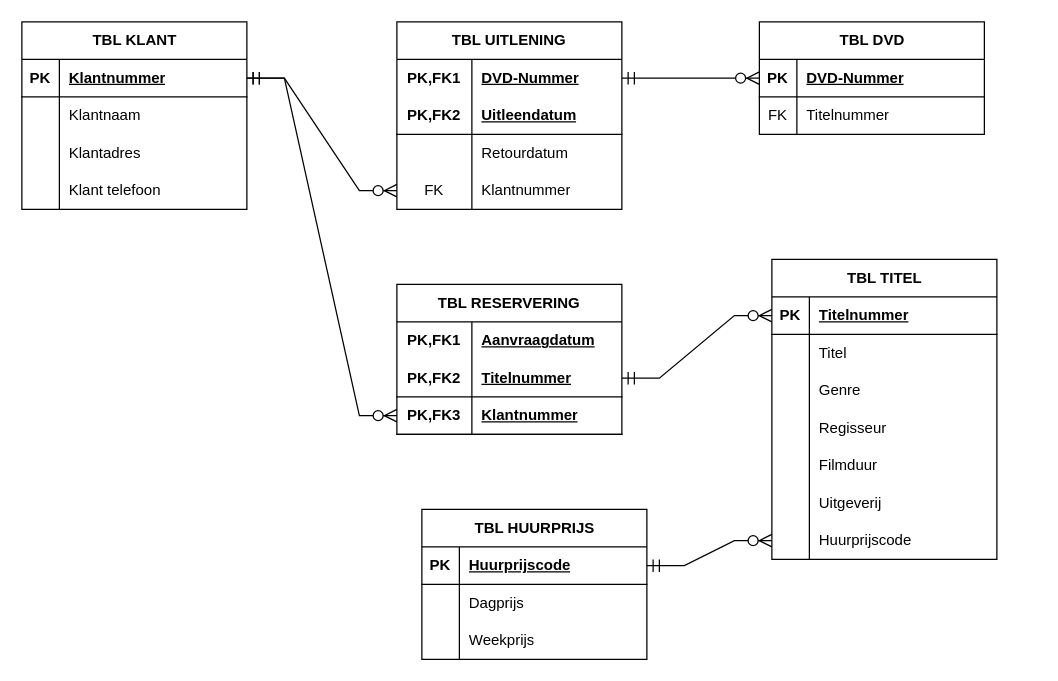
Above: Voorbeeld_Opgave_2.drawio in Kristian-5/Database_Normalisatie (draw.io), before the change. Source tidied: cells renumbered, new cells numbered last; positions are measured from the earlier drawing's top-left corner, leaving out a move shared by most shapes. Both pictures are drawn from the tidied source at 125%, with x=0, y=0 at pixel (21, 21).
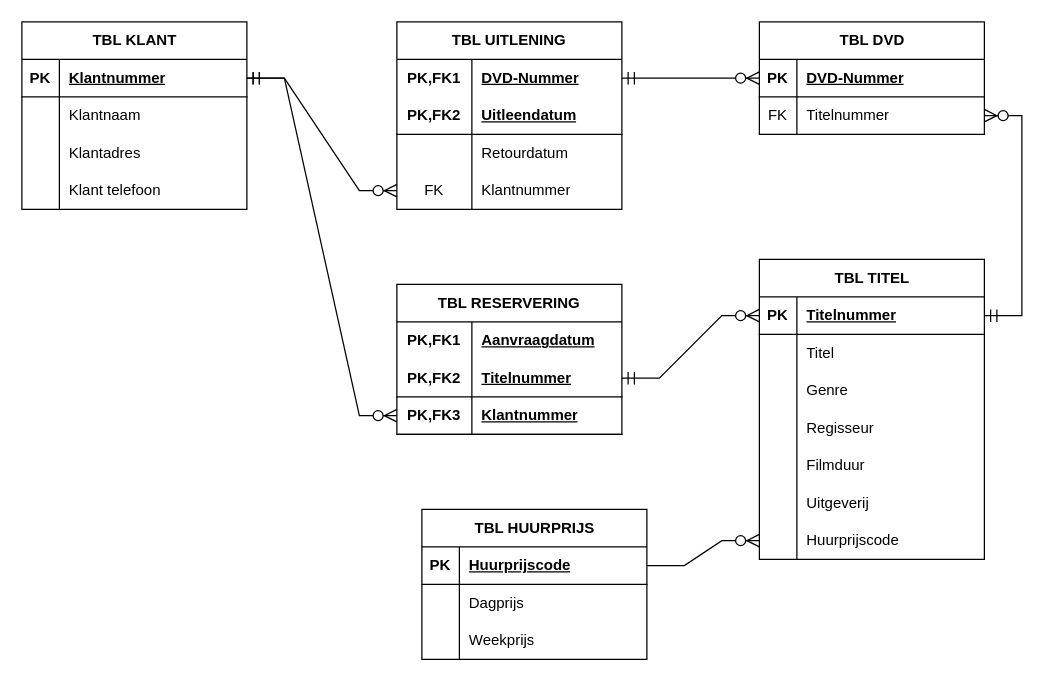
The same page after the edit.

Commit message:
Voorbeeld Opgave 2 Klaar

The change refers to these unchanged cells:
```xml
<mxCell id="29" style="shape=tableRow;horizontal=0;startSize=0;swimlaneHead=0;swimlaneBody=0;fillColor=none;points=[[0,0.5],[1,0.5]];portConstraint=eastwest;top=0;left=0;right=0;bottom=0;" parent="25" vertex="1">
  <mxGeometry y="60" width="180" height="30" as="geometry" />
</mxCell>
<mxCell id="46" style="shape=tableRow;horizontal=0;startSize=0;swimlaneHead=0;swimlaneBody=0;fillColor=none;points=[[0,0.5],[1,0.5]];portConstraint=eastwest;top=0;left=0;right=0;bottom=1;" parent="45" vertex="1">
  <mxGeometry y="30" width="180" height="30" as="geometry" />
</mxCell>
<mxCell id="56" style="shape=tableRow;horizontal=0;startSize=0;swimlaneHead=0;swimlaneBody=0;fillColor=none;points=[[0,0.5],[1,0.5]];portConstraint=eastwest;top=0;left=0;right=0;bottom=1;" parent="55" vertex="1">
  <mxGeometry y="30" width="180" height="30" as="geometry" />
</mxCell>
<mxCell id="74" style="shape=tableRow;horizontal=0;startSize=0;swimlaneHead=0;swimlaneBody=0;fillColor=none;points=[[0,0.5],[1,0.5]];portConstraint=eastwest;top=0;left=0;right=0;bottom=0;" parent="55" vertex="1">
  <mxGeometry y="210" width="180" height="30" as="geometry" />
</mxCell>
```

Change to the diagram source:
```diff
@@
     <mxCell id="55" value="TBL TITEL" style="shape=table;startSize=30;childLayout=tableLayout;rowLines=0;fontStyle=1;align=center;html=1;" parent="1" vertex="1">
-      <mxGeometry x="600" y="190" width="180" height="240" as="geometry" />
+      <mxGeometry x="590" y="190" width="180" height="240" as="geometry" />
     </mxCell>
@@
+    <mxCell id="82" style="edgeStyle=entityRelationEdgeStyle;fontSize=12;html=1;endArrow=ERzeroToMany;startArrow=ERmandOne;rounded=0;startSize=8;endSize=8;entryX=1;entryY=0.5;entryDx=0;entryDy=0;exitX=1;exitY=0.5;exitDx=0;exitDy=0;" parent="1" edge="1" source="56" target="29">
+      <mxGeometry relative="1" as="geometry" />
+    </mxCell>
-    <mxCell id="81" style="edgeStyle=entityRelationEdgeStyle;fontSize=12;html=1;endArrow=ERzeroToMany;startArrow=ERmandOne;rounded=0;startSize=8;endSize=8;exitX=1;exitY=0.5;exitDx=0;exitDy=0;entryX=0;entryY=0.5;entryDx=0;entryDy=0;" parent="1" edge="1" source="46" target="74">
+    <mxCell id="81" style="edgeStyle=entityRelationEdgeStyle;fontSize=12;html=1;endArrow=ERzeroToMany;endFill=1;rounded=0;startSize=8;endSize=8;exitX=1;exitY=0.5;exitDx=0;exitDy=0;entryX=0;entryY=0.5;entryDx=0;entryDy=0;" parent="1" edge="1" source="46" target="74">
       <mxGeometry relative="1" as="geometry" />
     </mxCell>
```
